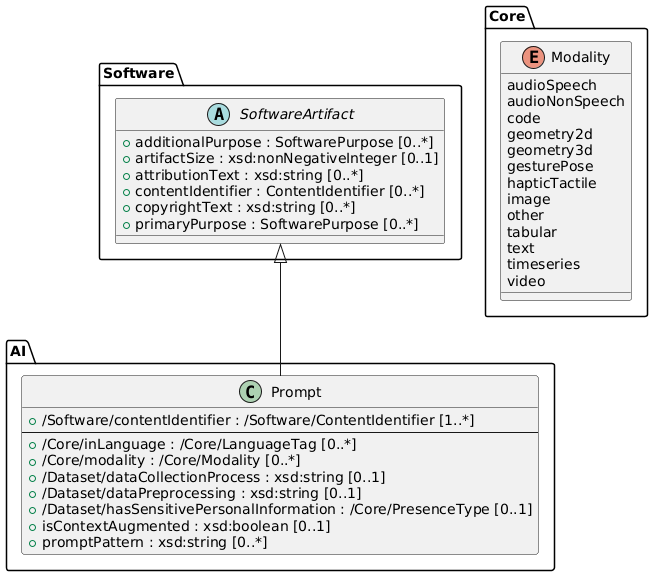
The PlantUML diagram docs/diagrams/ai-prompt.png in bact/spdx-3-model, before a commit.
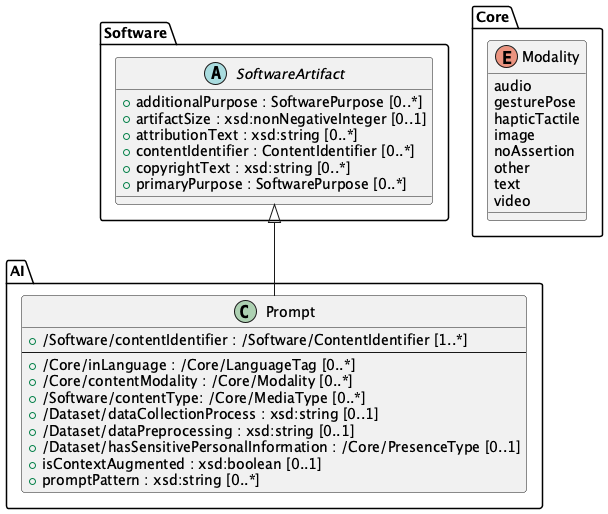
The same diagram one commit later.

Diff of the diagram source:
```diff
@@ -1,6 +1,4 @@
-@startuml
-
-
+@startuml ai-prompt
 
 set separator /
 
@@ -17,7 +15,8 @@
     + /Software/contentIdentifier : /Software/ContentIdentifier [1..*]
     ---
     + /Core/inLanguage : /Core/LanguageTag [0..*]
-    + /Core/modality : /Core/Modality [0..*]
+    + /Core/contentModality : /Core/Modality [0..*]
+    + /Software/contentType: /Core/MediaType [0..*]
     + /Dataset/dataCollectionProcess : xsd:string [0..1]
     + /Dataset/dataPreprocessing : xsd:string [0..1]
     + /Dataset/hasSensitivePersonalInformation : /Core/PresenceType [0..1]
@@ -26,18 +25,14 @@
 }
 
 enum "Core/Modality" {
-    audioSpeech
-    audioNonSpeech
-    code
-    geometry2d
-    geometry3d
+    audio
     gesturePose
     hapticTactile
     image
+    noAssertion
     other
-    tabular
     text
-    timeseries
     video
 }
+
 @enduml
```
